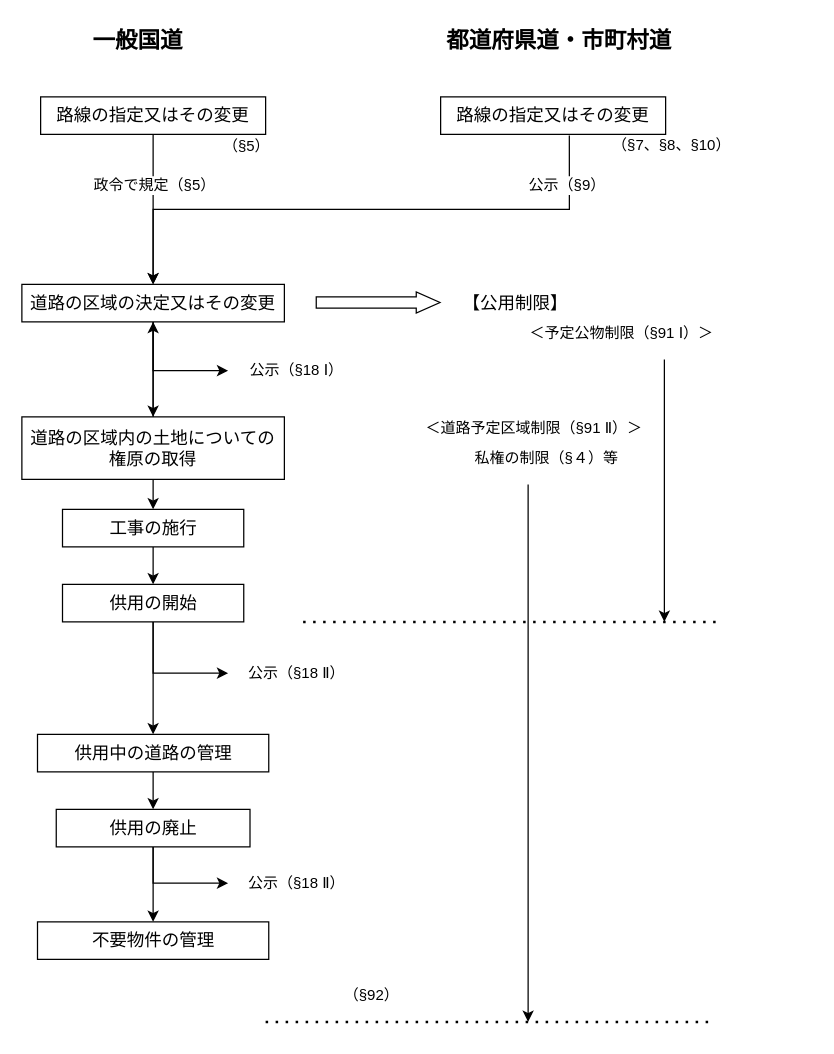
Earlier version of the draw.io diagram public/images/load/road-management/rm1-02.drawio (dicechick373/doboku-note). Source tidied: cells renumbered, new cells numbered last; positions are measured from the earlier drawing's top-left corner, leaving out a move shared by most shapes. Both pictures are drawn from the tidied source at 125%, with x=0, y=0 at pixel (21, 21).
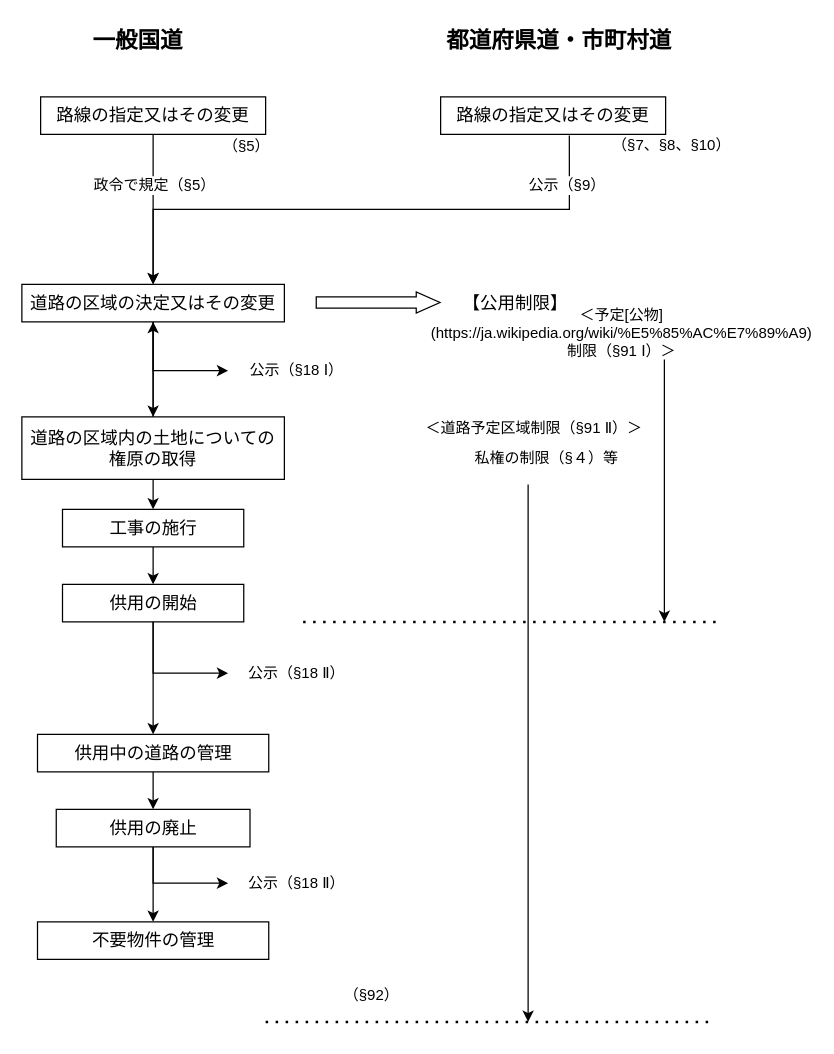
The same page after the edit.

The edit, as a diff of the source:
```diff
@@
-    <mxCell id="22" value="＜予定公物制限（§91 Ⅰ）＞" style="rounded=0;whiteSpace=wrap;html=1;fillColor=none;strokeColor=none;fontSize=12;fontStyle=0;" parent="1" vertex="1">
+    <mxCell id="22" value="＜予定[公物](https://ja.wikipedia.org/wiki/%E5%85%AC%E7%89%A9)制限（§91 Ⅰ）＞" style="rounded=0;whiteSpace=wrap;html=1;fillColor=none;strokeColor=none;fontSize=12;fontStyle=0;" parent="1" vertex="1">
       <mxGeometry x="385" y="240" width="190" height="18" as="geometry" />
     </mxCell>
```
